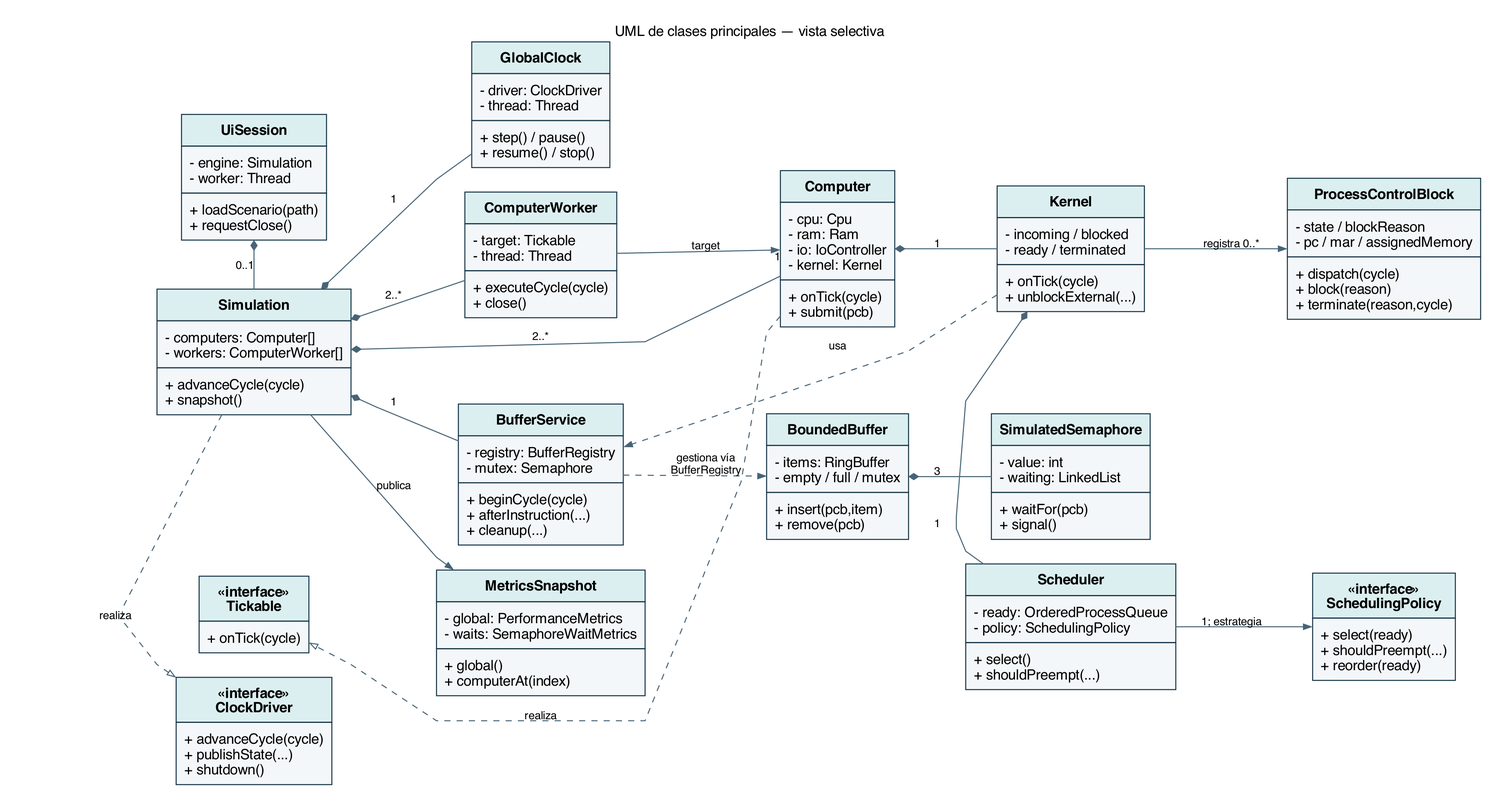
Earlier version of the Graphviz export docs/uml/clases.png (elioaca01/proyecto-sistemasop). Its source is kept beside it as docs/uml/clases.dot. The source it was exported from:
```dot
digraph AvilaOS {
  graph [rankdir=LR, bgcolor="white", pad="0.25", nodesep="0.34", ranksep="0.7", splines=polyline, fontname="Helvetica", fontsize=14, label="UML de clases principales — vista selectiva", labelloc=t];
  node [shape=plain, fontname="Helvetica", fontsize=14, color="#183648", style=filled, fillcolor="#F4F7F9", margin="0.12,0.09"];
  edge [fontname="Helvetica", fontsize=11, color="#476477", arrowsize=0.75];
  UiSession [label=<<TABLE BORDER="0" CELLBORDER="1" CELLSPACING="0" CELLPADDING="7" COLOR="#183648" BGCOLOR="#F4F7F9"><TR><TD ALIGN="CENTER" BGCOLOR="#DCEFF0"><B>UiSession</B></TD></TR><TR><TD ALIGN="LEFT">- engine: Simulation<BR ALIGN="LEFT"/>- worker: Thread<BR ALIGN="LEFT"/></TD></TR><TR><TD ALIGN="LEFT">+ loadScenario(path)<BR ALIGN="LEFT"/>+ requestClose()<BR ALIGN="LEFT"/></TD></TR></TABLE>>];
  Simulation [label=<<TABLE BORDER="0" CELLBORDER="1" CELLSPACING="0" CELLPADDING="7" COLOR="#183648" BGCOLOR="#F4F7F9"><TR><TD ALIGN="CENTER" BGCOLOR="#DCEFF0"><B>Simulation</B></TD></TR><TR><TD ALIGN="LEFT">- computers: Computer[]<BR ALIGN="LEFT"/>- workers: ComputerWorker[]<BR ALIGN="LEFT"/></TD></TR><TR><TD ALIGN="LEFT">+ advanceCycle(cycle)<BR ALIGN="LEFT"/>+ snapshot()<BR ALIGN="LEFT"/></TD></TR></TABLE>>];
  ClockDriver [label=<<TABLE BORDER="0" CELLBORDER="1" CELLSPACING="0" CELLPADDING="7" COLOR="#183648" BGCOLOR="#F4F7F9"><TR><TD ALIGN="CENTER" BGCOLOR="#DCEFF0"><B>«interface»<BR/>ClockDriver</B></TD></TR><TR><TD ALIGN="LEFT">+ advanceCycle(cycle)<BR ALIGN="LEFT"/>+ publishState(...)<BR ALIGN="LEFT"/>+ shutdown()<BR ALIGN="LEFT"/></TD></TR></TABLE>>,fillcolor="#DCEFF0"];
  GlobalClock [label=<<TABLE BORDER="0" CELLBORDER="1" CELLSPACING="0" CELLPADDING="7" COLOR="#183648" BGCOLOR="#F4F7F9"><TR><TD ALIGN="CENTER" BGCOLOR="#DCEFF0"><B>GlobalClock</B></TD></TR><TR><TD ALIGN="LEFT">- driver: ClockDriver<BR ALIGN="LEFT"/>- thread: Thread<BR ALIGN="LEFT"/></TD></TR><TR><TD ALIGN="LEFT">+ step() / pause()<BR ALIGN="LEFT"/>+ resume() / stop()<BR ALIGN="LEFT"/></TD></TR></TABLE>>];
  Worker [label=<<TABLE BORDER="0" CELLBORDER="1" CELLSPACING="0" CELLPADDING="7" COLOR="#183648" BGCOLOR="#F4F7F9"><TR><TD ALIGN="CENTER" BGCOLOR="#DCEFF0"><B>ComputerWorker</B></TD></TR><TR><TD ALIGN="LEFT">- target: Tickable<BR ALIGN="LEFT"/>- thread: Thread<BR ALIGN="LEFT"/></TD></TR><TR><TD ALIGN="LEFT">+ executeCycle(cycle)<BR ALIGN="LEFT"/>+ close()<BR ALIGN="LEFT"/></TD></TR></TABLE>>];
  Computer [label=<<TABLE BORDER="0" CELLBORDER="1" CELLSPACING="0" CELLPADDING="7" COLOR="#183648" BGCOLOR="#F4F7F9"><TR><TD ALIGN="CENTER" BGCOLOR="#DCEFF0"><B>Computer</B></TD></TR><TR><TD ALIGN="LEFT">- cpu: Cpu<BR ALIGN="LEFT"/>- ram: Ram<BR ALIGN="LEFT"/>- io: IoController<BR ALIGN="LEFT"/>- kernel: Kernel<BR ALIGN="LEFT"/></TD></TR><TR><TD ALIGN="LEFT">+ onTick(cycle)<BR ALIGN="LEFT"/>+ submit(pcb)<BR ALIGN="LEFT"/></TD></TR></TABLE>>];
  Tickable [label=<<TABLE BORDER="0" CELLBORDER="1" CELLSPACING="0" CELLPADDING="7" COLOR="#183648" BGCOLOR="#F4F7F9"><TR><TD ALIGN="CENTER" BGCOLOR="#DCEFF0"><B>«interface»<BR/>Tickable</B></TD></TR><TR><TD ALIGN="LEFT">+ onTick(cycle)<BR ALIGN="LEFT"/></TD></TR></TABLE>>,fillcolor="#DCEFF0"];
  Kernel [label=<<TABLE BORDER="0" CELLBORDER="1" CELLSPACING="0" CELLPADDING="7" COLOR="#183648" BGCOLOR="#F4F7F9"><TR><TD ALIGN="CENTER" BGCOLOR="#DCEFF0"><B>Kernel</B></TD></TR><TR><TD ALIGN="LEFT">- incoming / blocked<BR ALIGN="LEFT"/>- ready / terminated<BR ALIGN="LEFT"/></TD></TR><TR><TD ALIGN="LEFT">+ onTick(cycle)<BR ALIGN="LEFT"/>+ unblockExternal(...)<BR ALIGN="LEFT"/></TD></TR></TABLE>>];
  Scheduler [label=<<TABLE BORDER="0" CELLBORDER="1" CELLSPACING="0" CELLPADDING="7" COLOR="#183648" BGCOLOR="#F4F7F9"><TR><TD ALIGN="CENTER" BGCOLOR="#DCEFF0"><B>Scheduler</B></TD></TR><TR><TD ALIGN="LEFT">- ready: OrderedProcessQueue<BR ALIGN="LEFT"/>- policy: SchedulingPolicy<BR ALIGN="LEFT"/></TD></TR><TR><TD ALIGN="LEFT">+ select()<BR ALIGN="LEFT"/>+ shouldPreempt(...)<BR ALIGN="LEFT"/></TD></TR></TABLE>>];
  Policy [label=<<TABLE BORDER="0" CELLBORDER="1" CELLSPACING="0" CELLPADDING="7" COLOR="#183648" BGCOLOR="#F4F7F9"><TR><TD ALIGN="CENTER" BGCOLOR="#DCEFF0"><B>«interface»<BR/>SchedulingPolicy</B></TD></TR><TR><TD ALIGN="LEFT">+ select(ready)<BR ALIGN="LEFT"/>+ shouldPreempt(...)<BR ALIGN="LEFT"/>+ reorder(ready)<BR ALIGN="LEFT"/></TD></TR></TABLE>>,fillcolor="#DCEFF0"];
  PCB [label=<<TABLE BORDER="0" CELLBORDER="1" CELLSPACING="0" CELLPADDING="7" COLOR="#183648" BGCOLOR="#F4F7F9"><TR><TD ALIGN="CENTER" BGCOLOR="#DCEFF0"><B>ProcessControlBlock</B></TD></TR><TR><TD ALIGN="LEFT">- state / blockReason<BR ALIGN="LEFT"/>- pc / mar / assignedMemory<BR ALIGN="LEFT"/></TD></TR><TR><TD ALIGN="LEFT">+ dispatch(cycle)<BR ALIGN="LEFT"/>+ block(reason)<BR ALIGN="LEFT"/>+ terminate(reason,cycle)<BR ALIGN="LEFT"/></TD></TR></TABLE>>];
  Buffers [label=<<TABLE BORDER="0" CELLBORDER="1" CELLSPACING="0" CELLPADDING="7" COLOR="#183648" BGCOLOR="#F4F7F9"><TR><TD ALIGN="CENTER" BGCOLOR="#DCEFF0"><B>BufferService</B></TD></TR><TR><TD ALIGN="LEFT">- registry: BufferRegistry<BR ALIGN="LEFT"/>- mutex: Semaphore<BR ALIGN="LEFT"/></TD></TR><TR><TD ALIGN="LEFT">+ beginCycle(cycle)<BR ALIGN="LEFT"/>+ afterInstruction(...)<BR ALIGN="LEFT"/>+ cleanup(...)<BR ALIGN="LEFT"/></TD></TR></TABLE>>];
  Buffer [label=<<TABLE BORDER="0" CELLBORDER="1" CELLSPACING="0" CELLPADDING="7" COLOR="#183648" BGCOLOR="#F4F7F9"><TR><TD ALIGN="CENTER" BGCOLOR="#DCEFF0"><B>BoundedBuffer</B></TD></TR><TR><TD ALIGN="LEFT">- items: RingBuffer<BR ALIGN="LEFT"/>- empty / full / mutex<BR ALIGN="LEFT"/></TD></TR><TR><TD ALIGN="LEFT">+ insert(pcb,item)<BR ALIGN="LEFT"/>+ remove(pcb)<BR ALIGN="LEFT"/></TD></TR></TABLE>>];
  Semaphore [label=<<TABLE BORDER="0" CELLBORDER="1" CELLSPACING="0" CELLPADDING="7" COLOR="#183648" BGCOLOR="#F4F7F9"><TR><TD ALIGN="CENTER" BGCOLOR="#DCEFF0"><B>SimulatedSemaphore</B></TD></TR><TR><TD ALIGN="LEFT">- value: int<BR ALIGN="LEFT"/>- waiting: LinkedList<BR ALIGN="LEFT"/></TD></TR><TR><TD ALIGN="LEFT">+ waitFor(pcb)<BR ALIGN="LEFT"/>+ signal()<BR ALIGN="LEFT"/></TD></TR></TABLE>>];
  Metrics [label=<<TABLE BORDER="0" CELLBORDER="1" CELLSPACING="0" CELLPADDING="7" COLOR="#183648" BGCOLOR="#F4F7F9"><TR><TD ALIGN="CENTER" BGCOLOR="#DCEFF0"><B>MetricsSnapshot</B></TD></TR><TR><TD ALIGN="LEFT">- global: PerformanceMetrics<BR ALIGN="LEFT"/>- waits: SemaphoreWaitMetrics<BR ALIGN="LEFT"/></TD></TR><TR><TD ALIGN="LEFT">+ global()<BR ALIGN="LEFT"/>+ computerAt(index)<BR ALIGN="LEFT"/></TD></TR></TABLE>>];
  {rank=same;UiSession;Simulation;ClockDriver;}
  {rank=same;Kernel;Scheduler;}
  UiSession -> Simulation [dir=both,arrowtail=diamond,arrowhead=none,label="0..1",constraint=false];
  Simulation -> ClockDriver [style=dashed,arrowhead=empty,label="realiza",constraint=false];
  Simulation -> GlobalClock [dir=both,arrowtail=diamond,arrowhead=none,label="1"];
  Simulation -> Worker [dir=both,arrowtail=diamond,arrowhead=none,label="2..*"];
  Simulation -> Computer [dir=both,arrowtail=diamond,arrowhead=none,label="2..*",constraint=false];
  Simulation -> Buffers [dir=both,arrowtail=diamond,arrowhead=none,label="1"];
  Simulation -> Metrics [label="publica"];
  Worker -> Computer [label="target",headlabel="1"];
  Computer -> Tickable [style=dashed,arrowhead=empty,label="realiza",constraint=false];
  Computer -> Kernel [dir=both,arrowtail=diamond,arrowhead=none,label="1"];
  Kernel -> Scheduler [dir=both,arrowtail=diamond,arrowhead=none,label="1",constraint=false];
  Scheduler -> Policy [label="1; estrategia"];
  Kernel -> PCB [label="registra 0..*"];
  Kernel -> Buffers [style=dashed,label="usa",constraint=false];
  Buffers -> Buffer [style=dashed,label="gestiona vía\nBufferRegistry"];
  Buffer -> Semaphore [dir=both,arrowtail=diamond,arrowhead=none,label="3"];
}
```
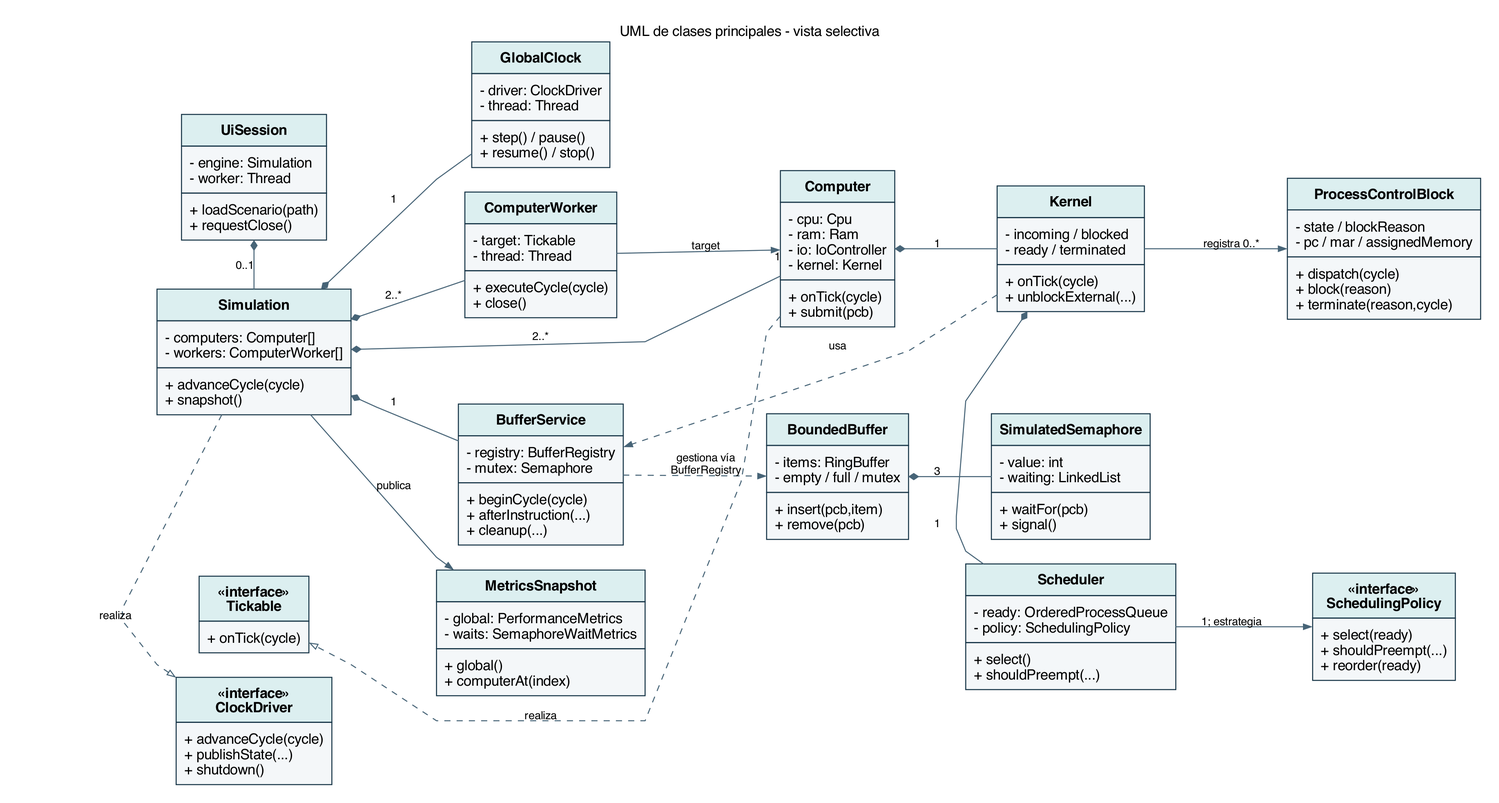
After the commit.

Change to the diagram source:
```diff
@@ -1,5 +1,5 @@
 digraph AvilaOS {
-  graph [rankdir=LR, bgcolor="white", pad="0.25", nodesep="0.34", ranksep="0.7", splines=polyline, fontname="Helvetica", fontsize=14, label="UML de clases principales — vista selectiva", labelloc=t];
+  graph [rankdir=LR, bgcolor="white", pad="0.25", nodesep="0.34", ranksep="0.7", splines=polyline, fontname="Helvetica", fontsize=14, label="UML de clases principales - vista selectiva", labelloc=t];
   node [shape=plain, fontname="Helvetica", fontsize=14, color="#183648", style=filled, fillcolor="#F4F7F9", margin="0.12,0.09"];
   edge [fontname="Helvetica", fontsize=11, color="#476477", arrowsize=0.75];
   UiSession [label=<<TABLE BORDER="0" CELLBORDER="1" CELLSPACING="0" CELLPADDING="7" COLOR="#183648" BGCOLOR="#F4F7F9"><TR><TD ALIGN="CENTER" BGCOLOR="#DCEFF0"><B>UiSession</B></TD></TR><TR><TD ALIGN="LEFT">- engine: Simulation<BR ALIGN="LEFT"/>- worker: Thread<BR ALIGN="LEFT"/></TD></TR><TR><TD ALIGN="LEFT">+ loadScenario(path)<BR ALIGN="LEFT"/>+ requestClose()<BR ALIGN="LEFT"/></TD></TR></TABLE>>];
```
